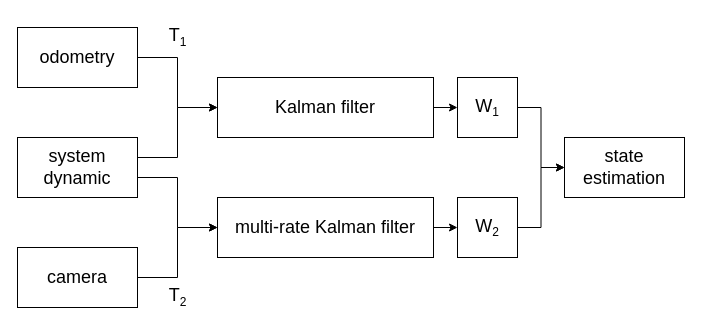
This is pics/block diagram/workflow_OWA.drawio from kemosabe564/simulation, a draw.io file, before an edit. Source tidied: cells renumbered, new cells numbered last; positions are measured from the earlier drawing's top-left corner, leaving out a move shared by most shapes. Both pictures are drawn from the tidied source at 100%, with x=0, y=0 at pixel (17, 17).
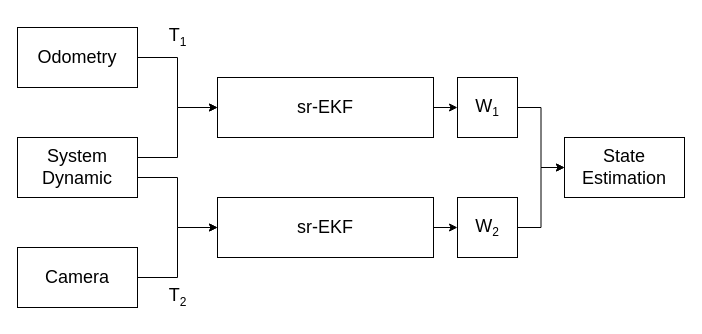
The same page after the edit.

The edit, as a diff of the source:
```diff
@@
-    <mxCell id="4" value="&lt;font style=&quot;font-size: 18px;&quot;&gt;system dynamic&lt;/font&gt;" style="rounded=0;whiteSpace=wrap;html=1;" parent="1" vertex="1">
+    <mxCell id="4" value="&lt;font style=&quot;font-size: 18px;&quot;&gt;System Dynamic&lt;/font&gt;" style="rounded=0;whiteSpace=wrap;html=1;" parent="1" vertex="1">
       <mxGeometry y="120" width="120" height="60" as="geometry" />
     </mxCell>
@@
-    <mxCell id="6" value="odometry" style="rounded=0;whiteSpace=wrap;html=1;fontSize=18;" parent="1" vertex="1">
+    <mxCell id="6" value="Odometry" style="rounded=0;whiteSpace=wrap;html=1;fontSize=18;" parent="1" vertex="1">
       <mxGeometry y="10" width="120" height="60" as="geometry" />
     </mxCell>
@@
-    <mxCell id="8" value="camera" style="rounded=0;whiteSpace=wrap;html=1;fontSize=18;" parent="1" vertex="1">
+    <mxCell id="8" value="Camera" style="rounded=0;whiteSpace=wrap;html=1;fontSize=18;" parent="1" vertex="1">
       <mxGeometry y="230" width="120" height="60" as="geometry" />
     </mxCell>
@@
-    <mxCell id="10" value="Kalman filter" style="rounded=0;whiteSpace=wrap;html=1;fontSize=18;" parent="1" vertex="1">
+    <mxCell id="10" value="sr-EKF" style="rounded=0;whiteSpace=wrap;html=1;fontSize=18;" parent="1" vertex="1">
       <mxGeometry x="200" y="60" width="216" height="60" as="geometry" />
     </mxCell>
@@
-    <mxCell id="12" value="multi-rate Kalman filter" style="rounded=0;whiteSpace=wrap;html=1;fontSize=18;" parent="1" vertex="1">
+    <mxCell id="12" value="sr-EKF" style="rounded=0;whiteSpace=wrap;html=1;fontSize=18;" parent="1" vertex="1">
       <mxGeometry x="200" y="180" width="216" height="60" as="geometry" />
     </mxCell>
@@
-    <mxCell id="19" value="&lt;font style=&quot;font-size: 18px;&quot;&gt;state estimation&lt;/font&gt;" style="rounded=0;whiteSpace=wrap;html=1;fontSize=12;" parent="1" vertex="1">
+    <mxCell id="19" value="&lt;font style=&quot;font-size: 18px;&quot;&gt;State Estimation&lt;/font&gt;" style="rounded=0;whiteSpace=wrap;html=1;fontSize=12;" parent="1" vertex="1">
       <mxGeometry x="547" y="120" width="120" height="60" as="geometry" />
     </mxCell>
```
